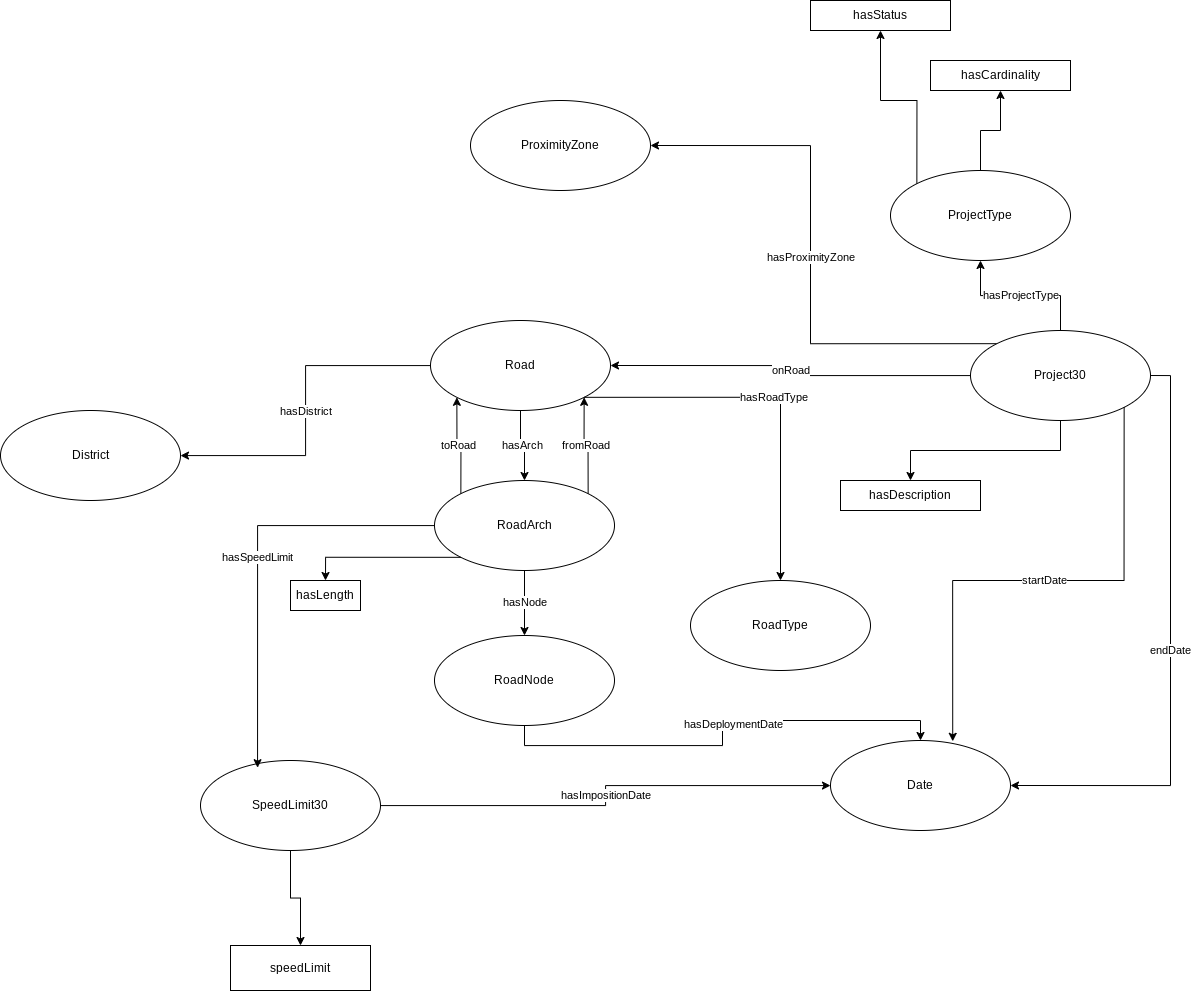
Above: development/ontology/Roads-SpeedLimit-30 ontology/img/BTP_Roads.png in marcomartini97/BTP (draw.io), before the change. Source tidied: cells renumbered, new cells last; positions are measured from the earlier drawing's top-left corner, leaving out a move shared by most shapes. Source of this version:
```xml
<mxGraphModel>
  <root>
    <mxCell id="0" />
    <mxCell id="1" parent="0" />
    <mxCell id="2" value="hasArch" style="edgeStyle=orthogonalEdgeStyle;rounded=0;jettySize=auto;html=1;" parent="1" edge="1" source="4" target="9">
      <mxGeometry relative="1" as="geometry" />
    </mxCell>
    <mxCell id="3" value="hasDistrict" style="edgeStyle=orthogonalEdgeStyle;rounded=0;jettySize=auto;html=1;" parent="1" edge="1" source="4" target="15">
      <mxGeometry relative="1" as="geometry" />
    </mxCell>
    <mxCell id="4" value="Road" style="ellipse;whiteSpace=wrap;html=1;" parent="1" vertex="1">
      <mxGeometry x="430" y="320" width="180" height="90" as="geometry" />
    </mxCell>
    <mxCell id="5" value="hasNode" style="edgeStyle=orthogonalEdgeStyle;rounded=0;jettySize=auto;html=1;" parent="1" edge="1" source="9" target="13">
      <mxGeometry relative="1" as="geometry" />
    </mxCell>
    <mxCell id="6" value="hasRoadType" style="edgeStyle=orthogonalEdgeStyle;rounded=0;jettySize=auto;html=1;exitX=1;exitY=1;exitDx=0;exitDy=0;entryX=0.5;entryY=0;entryDx=0;entryDy=0;" parent="1" edge="1" source="4" target="22">
      <mxGeometry relative="1" as="geometry" />
    </mxCell>
    <mxCell id="7" value="toRoad" style="edgeStyle=orthogonalEdgeStyle;rounded=0;jettySize=auto;html=1;exitX=0;exitY=0;exitDx=0;exitDy=0;entryX=0;entryY=1;entryDx=0;entryDy=0;" parent="1" edge="1" source="9" target="4">
      <mxGeometry relative="1" as="geometry" />
    </mxCell>
    <mxCell id="8" value="fromRoad" style="edgeStyle=orthogonalEdgeStyle;rounded=0;jettySize=auto;html=1;exitX=1;exitY=0;exitDx=0;exitDy=0;entryX=1;entryY=1;entryDx=0;entryDy=0;" parent="1" edge="1" source="9" target="4">
      <mxGeometry relative="1" as="geometry" />
    </mxCell>
    <mxCell id="9" value="RoadArch" style="ellipse;whiteSpace=wrap;html=1;" parent="1" vertex="1">
      <mxGeometry x="434" y="480" width="180" height="90" as="geometry" />
    </mxCell>
    <mxCell id="10" style="edgeStyle=orthogonalEdgeStyle;rounded=0;jettySize=auto;html=1;exitX=0;exitY=1;exitDx=0;exitDy=0;entryX=0.5;entryY=0;entryDx=0;entryDy=0;" parent="1" edge="1" source="9" target="14">
      <mxGeometry relative="1" as="geometry" />
    </mxCell>
    <mxCell id="11" style="edgeStyle=orthogonalEdgeStyle;rounded=0;jettySize=auto;html=1;exitX=0.5;exitY=1;exitDx=0;exitDy=0;entryX=0.5;entryY=0;entryDx=0;entryDy=0;" parent="1" edge="1" source="13" target="30">
      <mxGeometry relative="1" as="geometry" />
    </mxCell>
    <mxCell id="12" value="hasDeploymentDate" style="edgeLabel;html=1;align=center;verticalAlign=middle;" parent="11" vertex="1">
      <mxGeometry x="0.1" y="-2" relative="1" as="geometry">
        <mxPoint y="1" as="offset" />
      </mxGeometry>
    </mxCell>
    <mxCell id="13" value="RoadNode" style="ellipse;whiteSpace=wrap;html=1;" parent="1" vertex="1">
      <mxGeometry x="434" y="635" width="180" height="90" as="geometry" />
    </mxCell>
    <mxCell id="14" value="hasLength" style="whiteSpace=wrap;html=1;" parent="1" vertex="1">
      <mxGeometry x="290" y="580" width="70" height="30" as="geometry" />
    </mxCell>
    <mxCell id="15" value="District" style="ellipse;whiteSpace=wrap;html=1;" parent="1" vertex="1">
      <mxGeometry y="410" width="180" height="90" as="geometry" />
    </mxCell>
    <mxCell id="16" value="onRoad" style="edgeStyle=orthogonalEdgeStyle;rounded=0;jettySize=auto;html=1;entryX=1;entryY=0.5;entryDx=0;entryDy=0;" parent="1" edge="1" source="21" target="4">
      <mxGeometry relative="1" as="geometry" />
    </mxCell>
    <mxCell id="17" value="hasProjectType" style="edgeStyle=orthogonalEdgeStyle;rounded=0;jettySize=auto;html=1;entryX=0.5;entryY=1;entryDx=0;entryDy=0;" parent="1" edge="1" source="21" target="25">
      <mxGeometry relative="1" as="geometry" />
    </mxCell>
    <mxCell id="18" style="edgeStyle=orthogonalEdgeStyle;rounded=0;jettySize=auto;html=1;" parent="1" edge="1" source="21" target="26">
      <mxGeometry relative="1" as="geometry" />
    </mxCell>
    <mxCell id="19" value="hasProximityZone" style="edgeStyle=orthogonalEdgeStyle;rounded=0;jettySize=auto;html=1;exitX=0;exitY=0;exitDx=0;exitDy=0;entryX=1;entryY=0.5;entryDx=0;entryDy=0;" parent="1" edge="1" source="21" target="28">
      <mxGeometry relative="1" as="geometry" />
    </mxCell>
    <mxCell id="20" value="endDate" style="edgeStyle=orthogonalEdgeStyle;rounded=0;jettySize=auto;html=1;exitX=1;exitY=0.5;exitDx=0;exitDy=0;entryX=1;entryY=0.5;entryDx=0;entryDy=0;" parent="1" edge="1" source="21" target="30">
      <mxGeometry relative="1" as="geometry" />
    </mxCell>
    <mxCell id="21" value="Project30" style="ellipse;whiteSpace=wrap;html=1;" parent="1" vertex="1">
      <mxGeometry x="970" y="330" width="180" height="90" as="geometry" />
    </mxCell>
    <mxCell id="22" value="RoadType" style="ellipse;whiteSpace=wrap;html=1;" parent="1" vertex="1">
      <mxGeometry x="690" y="580" width="180" height="90" as="geometry" />
    </mxCell>
    <mxCell id="23" style="edgeStyle=orthogonalEdgeStyle;rounded=0;jettySize=auto;html=1;entryX=0.5;entryY=1;entryDx=0;entryDy=0;" parent="1" edge="1" source="25" target="27">
      <mxGeometry relative="1" as="geometry" />
    </mxCell>
    <mxCell id="24" style="edgeStyle=orthogonalEdgeStyle;rounded=0;jettySize=auto;html=1;exitX=0;exitY=0;exitDx=0;exitDy=0;entryX=0.5;entryY=1;entryDx=0;entryDy=0;" parent="1" edge="1" source="25" target="29">
      <mxGeometry relative="1" as="geometry" />
    </mxCell>
    <mxCell id="25" value="ProjectType" style="ellipse;whiteSpace=wrap;html=1;" parent="1" vertex="1">
      <mxGeometry x="890" y="170" width="180" height="90" as="geometry" />
    </mxCell>
    <mxCell id="26" value="hasDescription" style="whiteSpace=wrap;html=1;" parent="1" vertex="1">
      <mxGeometry x="840" y="480" width="140" height="30" as="geometry" />
    </mxCell>
    <mxCell id="27" value="hasCardinality" style="whiteSpace=wrap;html=1;" parent="1" vertex="1">
      <mxGeometry x="930" y="60" width="140" height="30" as="geometry" />
    </mxCell>
    <mxCell id="28" value="ProximityZone" style="ellipse;whiteSpace=wrap;html=1;" parent="1" vertex="1">
      <mxGeometry x="470" y="100" width="180" height="90" as="geometry" />
    </mxCell>
    <mxCell id="29" value="hasStatus" style="whiteSpace=wrap;html=1;" parent="1" vertex="1">
      <mxGeometry x="810" width="140" height="30" as="geometry" />
    </mxCell>
    <mxCell id="30" value="Date" style="ellipse;whiteSpace=wrap;html=1;" parent="1" vertex="1">
      <mxGeometry x="830" y="740" width="180" height="90" as="geometry" />
    </mxCell>
    <mxCell id="31" value="startDate" style="edgeStyle=orthogonalEdgeStyle;rounded=0;jettySize=auto;html=1;exitX=1;exitY=1;exitDx=0;exitDy=0;entryX=0.679;entryY=0.009;entryDx=0;entryDy=0;entryPerimeter=0;" parent="1" edge="1" source="21" target="30">
      <mxGeometry relative="1" as="geometry" />
    </mxCell>
    <mxCell id="32" value="hasImpositionDate" style="edgeStyle=orthogonalEdgeStyle;rounded=0;jettySize=auto;html=1;" parent="1" edge="1" source="34" target="30">
      <mxGeometry relative="1" as="geometry" />
    </mxCell>
    <mxCell id="33" style="edgeStyle=orthogonalEdgeStyle;rounded=0;jettySize=auto;html=1;" parent="1" edge="1" source="34" target="36">
      <mxGeometry relative="1" as="geometry" />
    </mxCell>
    <mxCell id="34" value="SpeedLimit30" style="ellipse;whiteSpace=wrap;html=1;" parent="1" vertex="1">
      <mxGeometry x="200" y="760" width="180" height="90" as="geometry" />
    </mxCell>
    <mxCell id="35" value="hasSpeedLimit" style="edgeStyle=orthogonalEdgeStyle;rounded=0;jettySize=auto;html=1;entryX=0.317;entryY=0.08;entryDx=0;entryDy=0;entryPerimeter=0;" parent="1" edge="1" source="9" target="34">
      <mxGeometry relative="1" as="geometry" />
    </mxCell>
    <mxCell id="36" value="speedLimit" style="whiteSpace=wrap;html=1;" parent="1" vertex="1">
      <mxGeometry x="230" y="945" width="140" height="45" as="geometry" />
    </mxCell>
  </root>
</mxGraphModel>
```
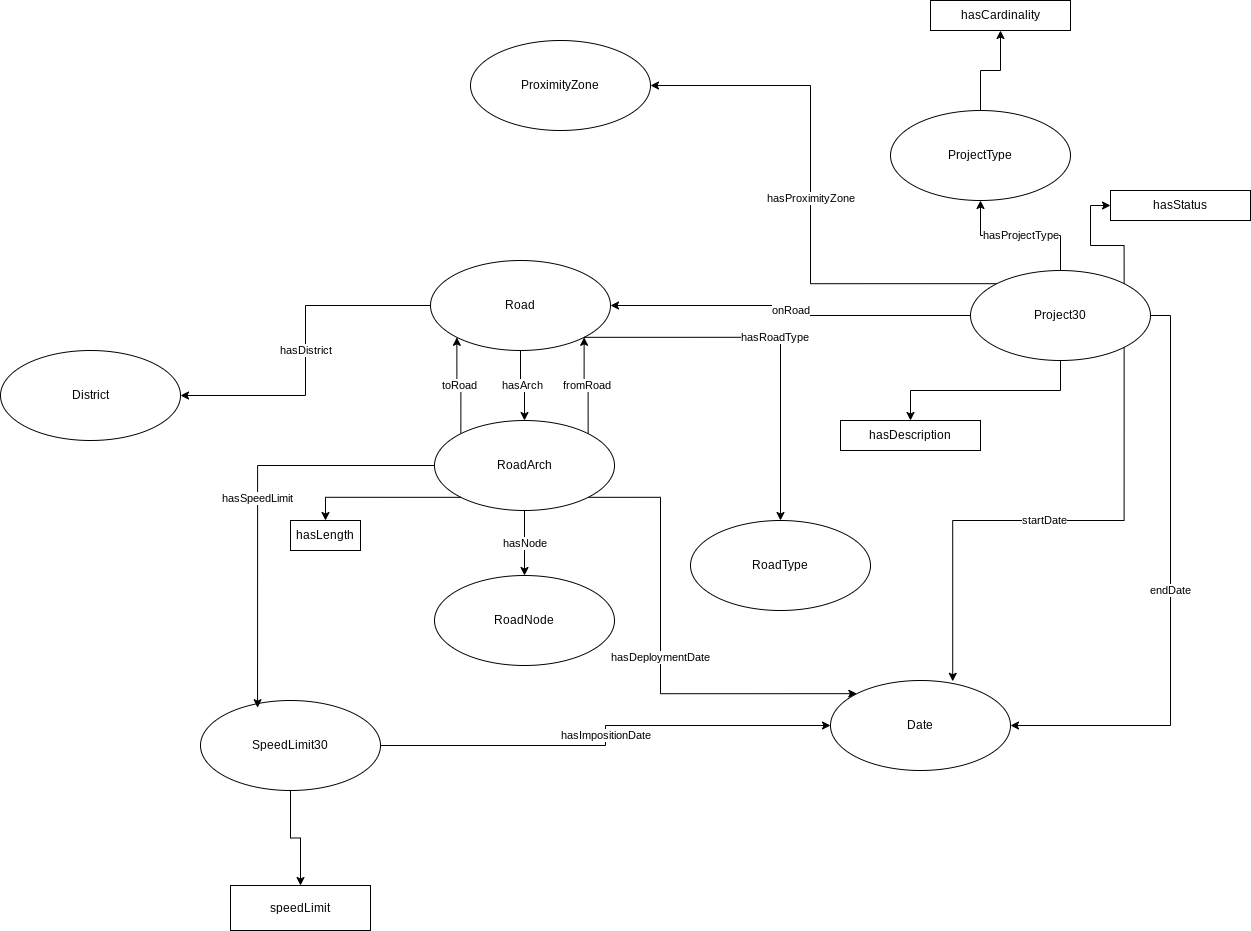
The same file after the commit.

Commit message:
Added RDF skeleton, fixed draft

Change to the diagram source:
```diff
@@ -23,20 +23,20 @@
     <mxCell id="8" value="fromRoad" style="edgeStyle=orthogonalEdgeStyle;rounded=0;jettySize=auto;html=1;exitX=1;exitY=0;exitDx=0;exitDy=0;entryX=1;entryY=1;entryDx=0;entryDy=0;" parent="1" edge="1" source="9" target="4">
       <mxGeometry relative="1" as="geometry" />
     </mxCell>
+    <mxCell id="12" value="hasDeploymentDate" style="edgeStyle=orthogonalEdgeStyle;rounded=0;jettySize=auto;html=1;exitX=1;exitY=1;exitDx=0;exitDy=0;entryX=0;entryY=0;entryDx=0;entryDy=0;" parent="1" edge="1" source="9" target="30">
+      <mxGeometry relative="1" as="geometry">
+        <Array as="points">
+          <mxPoint x="660" y="557" />
+          <mxPoint x="660" y="753" />
+        </Array>
+      </mxGeometry>
+    </mxCell>
     <mxCell id="9" value="RoadArch" style="ellipse;whiteSpace=wrap;html=1;" parent="1" vertex="1">
       <mxGeometry x="434" y="480" width="180" height="90" as="geometry" />
     </mxCell>
     <mxCell id="10" style="edgeStyle=orthogonalEdgeStyle;rounded=0;jettySize=auto;html=1;exitX=0;exitY=1;exitDx=0;exitDy=0;entryX=0.5;entryY=0;entryDx=0;entryDy=0;" parent="1" edge="1" source="9" target="14">
       <mxGeometry relative="1" as="geometry" />
     </mxCell>
-    <mxCell id="11" style="edgeStyle=orthogonalEdgeStyle;rounded=0;jettySize=auto;html=1;exitX=0.5;exitY=1;exitDx=0;exitDy=0;entryX=0.5;entryY=0;entryDx=0;entryDy=0;" parent="1" edge="1" source="13" target="30">
-      <mxGeometry relative="1" as="geometry" />
-    </mxCell>
-    <mxCell id="12" value="hasDeploymentDate" style="edgeLabel;html=1;align=center;verticalAlign=middle;" parent="11" vertex="1">
-      <mxGeometry x="0.1" y="-2" relative="1" as="geometry">
-        <mxPoint y="1" as="offset" />
-      </mxGeometry>
-    </mxCell>
     <mxCell id="13" value="RoadNode" style="ellipse;whiteSpace=wrap;html=1;" parent="1" vertex="1">
       <mxGeometry x="434" y="635" width="180" height="90" as="geometry" />
     </mxCell>
@@ -61,6 +61,9 @@
     <mxCell id="20" value="endDate" style="edgeStyle=orthogonalEdgeStyle;rounded=0;jettySize=auto;html=1;exitX=1;exitY=0.5;exitDx=0;exitDy=0;entryX=1;entryY=0.5;entryDx=0;entryDy=0;" parent="1" edge="1" source="21" target="30">
       <mxGeometry relative="1" as="geometry" />
     </mxCell>
+    <mxCell id="37" style="edgeStyle=orthogonalEdgeStyle;rounded=0;jettySize=auto;html=1;exitX=1;exitY=0;exitDx=0;exitDy=0;entryX=0;entryY=0.5;entryDx=0;entryDy=0;" parent="1" edge="1" source="21" target="29">
+      <mxGeometry relative="1" as="geometry" />
+    </mxCell>
     <mxCell id="21" value="Project30" style="ellipse;whiteSpace=wrap;html=1;" parent="1" vertex="1">
       <mxGeometry x="970" y="330" width="180" height="90" as="geometry" />
     </mxCell>
@@ -70,9 +73,6 @@
     <mxCell id="23" style="edgeStyle=orthogonalEdgeStyle;rounded=0;jettySize=auto;html=1;entryX=0.5;entryY=1;entryDx=0;entryDy=0;" parent="1" edge="1" source="25" target="27">
       <mxGeometry relative="1" as="geometry" />
     </mxCell>
-    <mxCell id="24" style="edgeStyle=orthogonalEdgeStyle;rounded=0;jettySize=auto;html=1;exitX=0;exitY=0;exitDx=0;exitDy=0;entryX=0.5;entryY=1;entryDx=0;entryDy=0;" parent="1" edge="1" source="25" target="29">
-      <mxGeometry relative="1" as="geometry" />
-    </mxCell>
     <mxCell id="25" value="ProjectType" style="ellipse;whiteSpace=wrap;html=1;" parent="1" vertex="1">
       <mxGeometry x="890" y="170" width="180" height="90" as="geometry" />
     </mxCell>
@@ -86,7 +86,7 @@
       <mxGeometry x="470" y="100" width="180" height="90" as="geometry" />
     </mxCell>
     <mxCell id="29" value="hasStatus" style="whiteSpace=wrap;html=1;" parent="1" vertex="1">
-      <mxGeometry x="810" width="140" height="30" as="geometry" />
+      <mxGeometry x="1110" y="250" width="140" height="30" as="geometry" />
     </mxCell>
     <mxCell id="30" value="Date" style="ellipse;whiteSpace=wrap;html=1;" parent="1" vertex="1">
       <mxGeometry x="830" y="740" width="180" height="90" as="geometry" />
```
